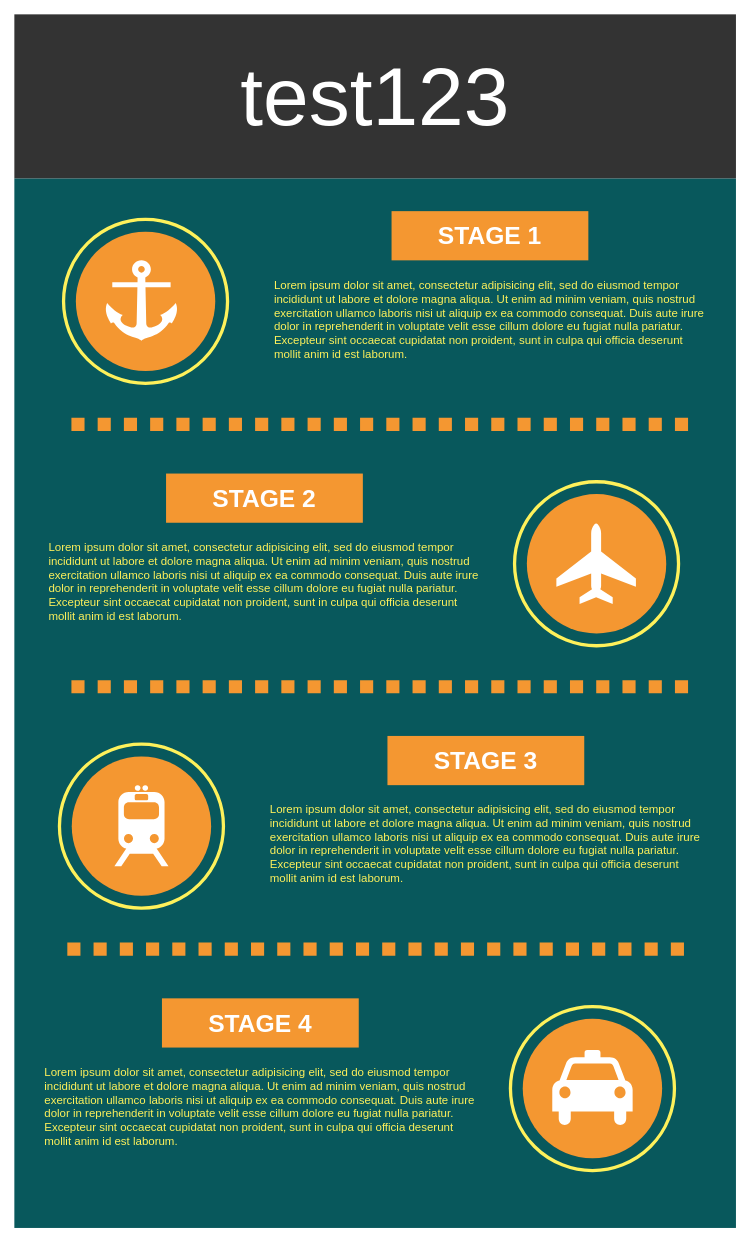
Before: test1.drawio in lucasdreger/diagrams, a draw.io diagram. Source tidied: cells renumbered, new cells numbered last; positions are measured from the earlier drawing's top-left corner, leaving out a move shared by most shapes. Both pictures are drawn from the tidied source at 82%, with x=0, y=0 at pixel (14, 14).
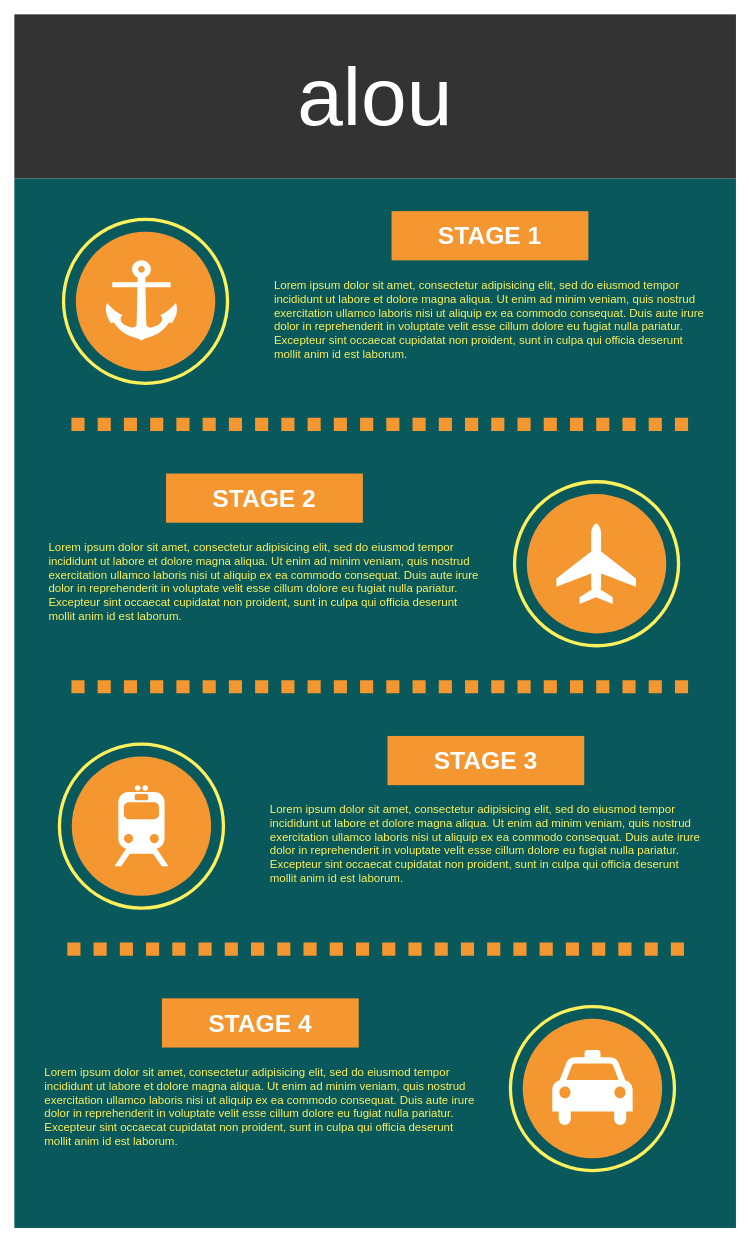
The same page after the edit.

What changed in the source:
```diff
@@
-    <mxCell id="3" value="test123" style="whiteSpace=wrap;html=1;rounded=0;shadow=0;dashed=0;strokeColor=none;strokeWidth=4;fillColor=#333333;gradientColor=none;fontFamily=Helvetica;fontSize=100;fontColor=#FFFFFF;align=center;" parent="1" vertex="1">
+    <mxCell id="3" value="alou" style="whiteSpace=wrap;html=1;rounded=0;shadow=0;dashed=0;strokeColor=none;strokeWidth=4;fillColor=#333333;gradientColor=none;fontFamily=Helvetica;fontSize=100;fontColor=#FFFFFF;align=center;" parent="1" vertex="1">
       <mxGeometry width="880" height="200" as="geometry" />
     </mxCell>
```
